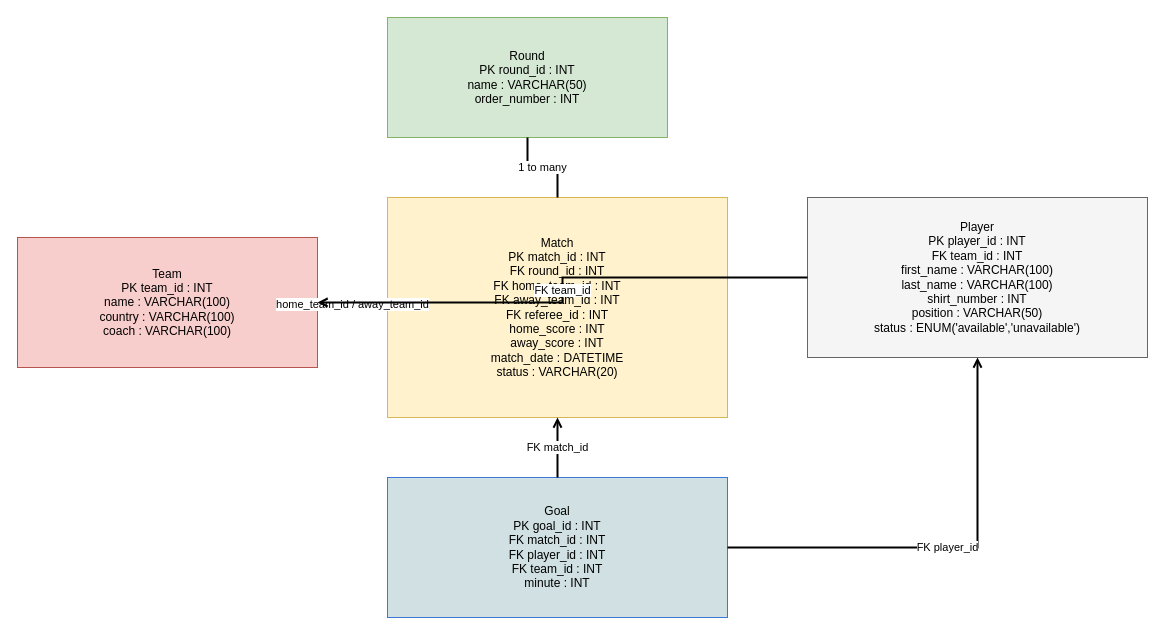
Before: analysis/erd-logical.drawio in sanderkerkhofs/worldcup-manager-2026, a draw.io diagram. Source tidied: cells renumbered, new cells numbered last; positions are measured from the earlier drawing's top-left corner, leaving out a move shared by most shapes. Both pictures are drawn from the tidied source at 100%, with x=0, y=0 at pixel (17, 17).
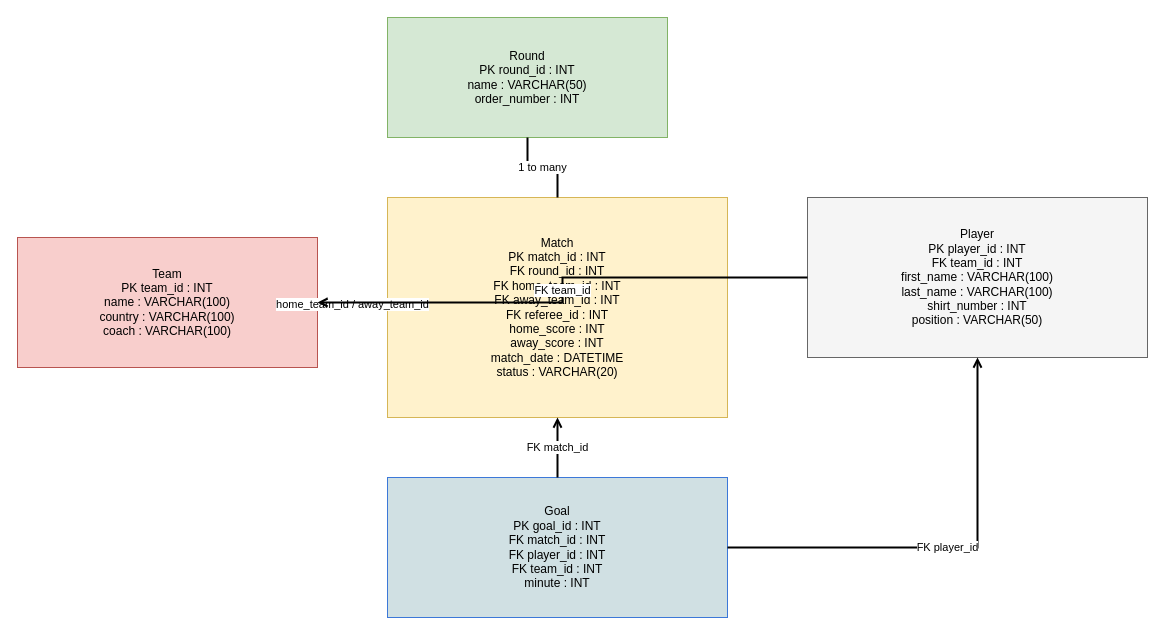
After the change.

Change to the diagram source:
```diff
@@
 <mxGraphModel>
   <root>
     <mxCell id="0" />
     <mxCell id="1" parent="0" />
     <mxCell id="2" value="Team&#10;PK team_id : INT&#10;name : VARCHAR(100)&#10;country : VARCHAR(100)&#10;coach : VARCHAR(100)" style="shape=rectangle;rounded=0;whiteSpace=wrap;html=1;fillColor=#f8cecc;strokeColor=#b85450;fontSize=12;" parent="1" vertex="1">
       <mxGeometry y="220" width="300" height="130" as="geometry" />
     </mxCell>
     <mxCell id="3" value="Round&#10;PK round_id : INT&#10;name : VARCHAR(50)&#10;order_number : INT" style="shape=rectangle;rounded=0;whiteSpace=wrap;html=1;fillColor=#d5e8d4;strokeColor=#82b366;fontSize=12;" parent="1" vertex="1">
       <mxGeometry x="370" width="280" height="120" as="geometry" />
     </mxCell>
     <mxCell id="4" value="Match&#10;PK match_id : INT&#10;FK round_id : INT&#10;FK home_team_id : INT&#10;FK away_team_id : INT&#10;FK referee_id : INT&#10;home_score : INT&#10;away_score : INT&#10;match_date : DATETIME&#10;status : VARCHAR(20)" style="shape=rectangle;rounded=0;whiteSpace=wrap;html=1;fillColor=#fff2cc;strokeColor=#d6b656;fontSize=12;" parent="1" vertex="1">
       <mxGeometry x="370" y="180" width="340" height="220" as="geometry" />
     </mxCell>
-    <mxCell id="5" value="Player&#10;PK player_id : INT&#10;FK team_id : INT&#10;first_name : VARCHAR(100)&#10;last_name : VARCHAR(100)&#10;shirt_number : INT&#10;position : VARCHAR(50)&#10;status : ENUM('available','unavailable')" style="shape=rectangle;rounded=0;whiteSpace=wrap;html=1;fillColor=#f5f5f5;strokeColor=#666666;fontSize=12;" parent="1" vertex="1">
+    <mxCell id="5" value="Player&#10;PK player_id : INT&#10;FK team_id : INT&#10;first_name : VARCHAR(100)&#10;last_name : VARCHAR(100)&#10;shirt_number : INT&#10;position : VARCHAR(50)" style="shape=rectangle;rounded=0;whiteSpace=wrap;html=1;fillColor=#f5f5f5;strokeColor=#666666;fontSize=12;" parent="1" vertex="1">
       <mxGeometry x="790" y="180" width="340" height="160" as="geometry" />
     </mxCell>
     <mxCell id="6" value="Goal&#10;PK goal_id : INT&#10;FK match_id : INT&#10;FK player_id : INT&#10;FK team_id : INT&#10;minute : INT" style="shape=rectangle;rounded=0;whiteSpace=wrap;html=1;fillColor=#d0e0e3;strokeColor=#3c78d8;fontSize=12;" parent="1" vertex="1">
       <mxGeometry x="370" y="460" width="340" height="140" as="geometry" />
     </mxCell>
     <mxCell id="7" value="1 to many" style="edgeStyle=orthogonalEdgeStyle;rounded=0;html=1;endArrow=none;strokeWidth=2;" parent="1" edge="1" source="3" target="4">
       <mxGeometry relative="1" as="geometry" />
     </mxCell>
     <mxCell id="8" value="home_team_id / away_team_id" style="edgeStyle=orthogonalEdgeStyle;rounded=0;html=1;endArrow=open;strokeWidth=2;" parent="1" edge="1" source="4" target="2">
       <mxGeometry relative="1" as="geometry" />
     </mxCell>
     <mxCell id="9" value="FK team_id" style="edgeStyle=orthogonalEdgeStyle;rounded=0;html=1;endArrow=open;strokeWidth=2;" parent="1" edge="1" source="5" target="2">
       <mxGeometry relative="1" as="geometry" />
     </mxCell>
     <mxCell id="10" value="FK match_id" style="edgeStyle=orthogonalEdgeStyle;rounded=0;html=1;endArrow=open;strokeWidth=2;" parent="1" edge="1" source="6" target="4">
       <mxGeometry relative="1" as="geometry" />
     </mxCell>
     <mxCell id="11" value="FK player_id" style="edgeStyle=orthogonalEdgeStyle;rounded=0;html=1;endArrow=open;strokeWidth=2;" parent="1" edge="1" source="6" target="5">
       <mxGeometry relative="1" as="geometry" />
     </mxCell>
   </root>
 </mxGraphModel>
```
